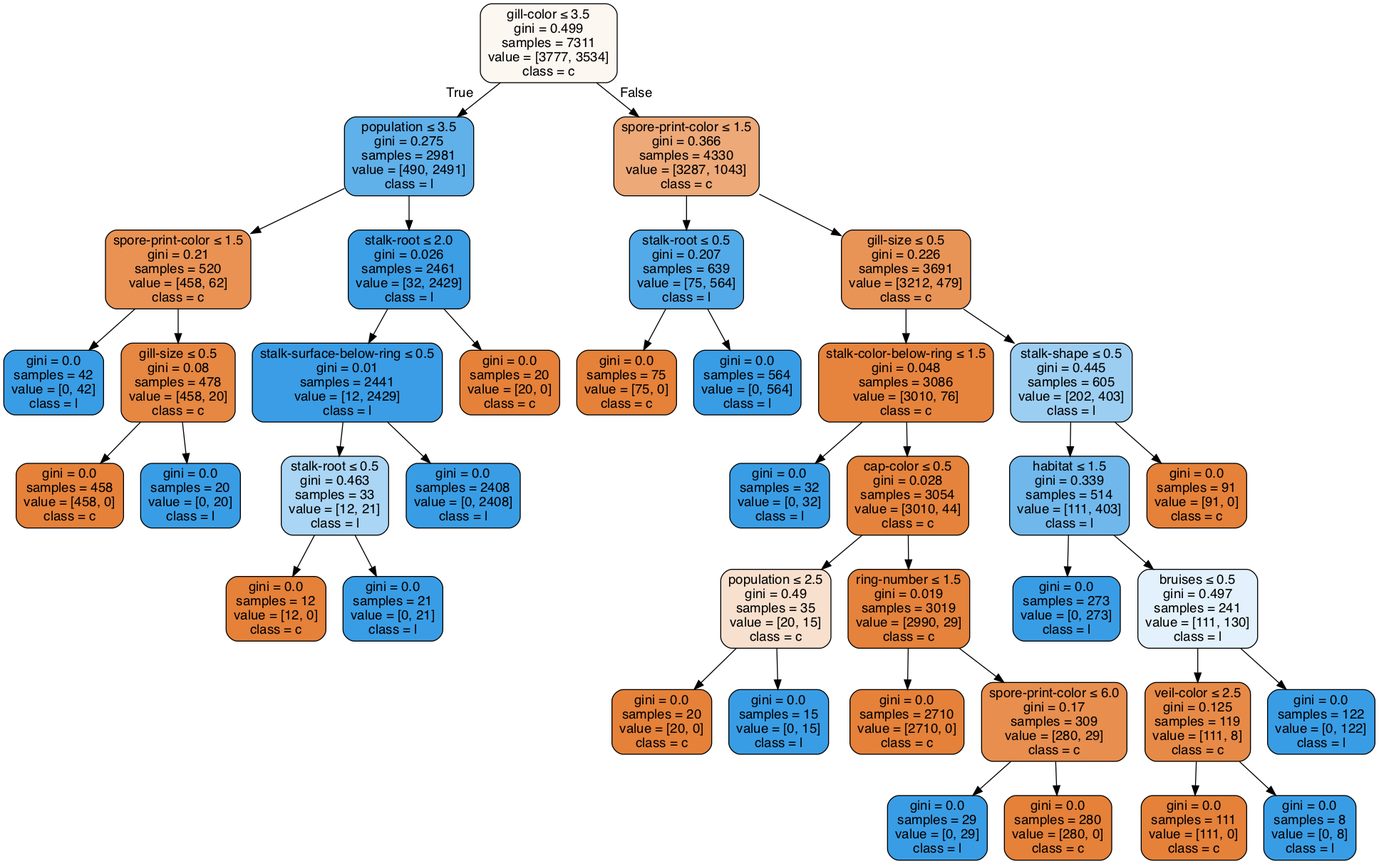
Earlier version of the Graphviz export Lab02/clf-90-10.gv.png (anhle199/Intro2AI-HCMUS). Its source is kept beside it as Lab02/clf-90-10.gv.
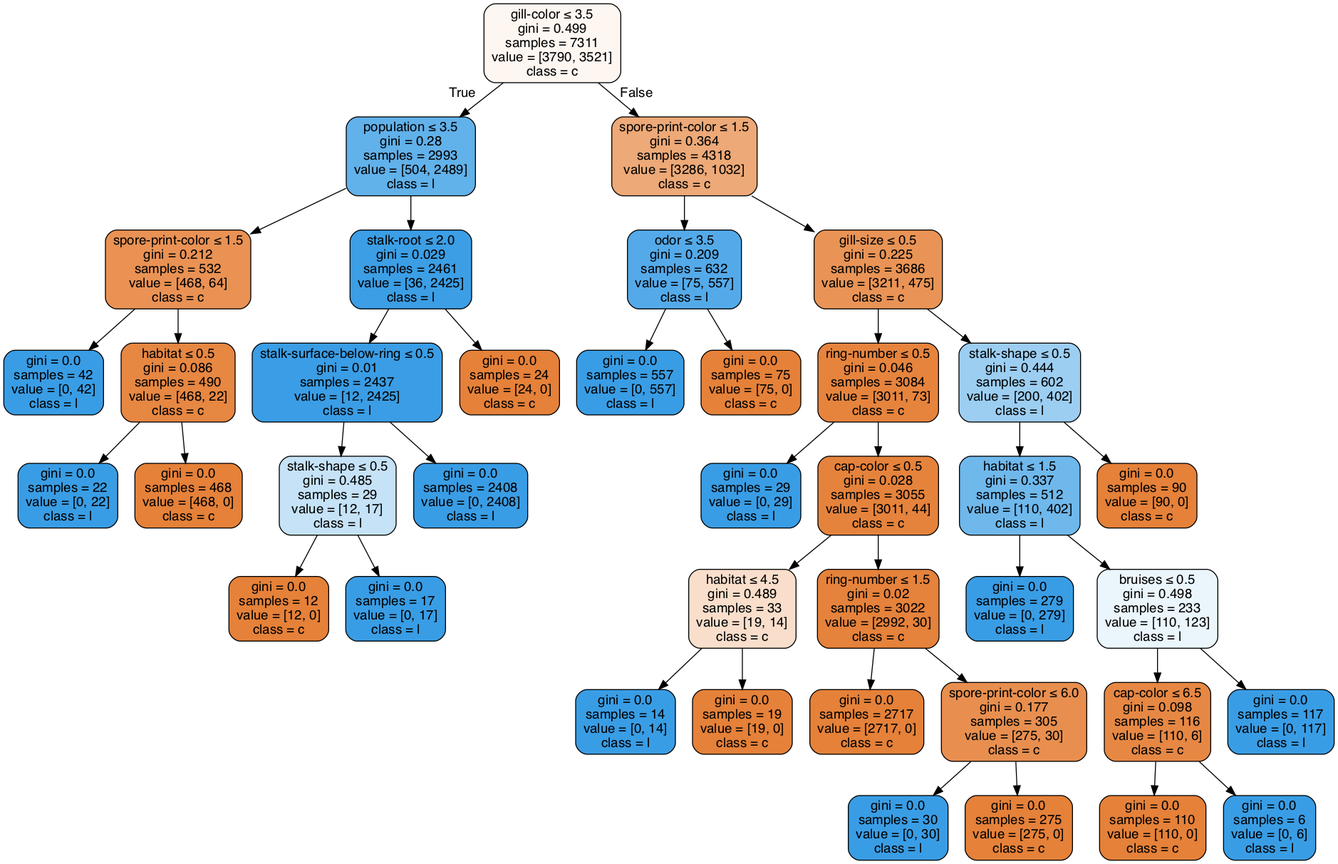
After the change.

The edit, as a diff of the source:
```diff
@@ -1,81 +1,81 @@
 digraph Tree {
 node [shape=box, style="filled, rounded", color="black", fontname=helvetica] ;
 edge [fontname=helvetica] ;
-0 [label=<gill-color &le; 3.5<br/>gini = 0.499<br/>samples = 7311<br/>value = [3777, 3534]<br/>class = c>, fillcolor="#fdf7f2"] ;
-1 [label=<population &le; 3.5<br/>gini = 0.275<br/>samples = 2981<br/>value = [490, 2491]<br/>class = l>, fillcolor="#60b0ea"] ;
+0 [label=<gill-color &le; 3.5<br/>gini = 0.499<br/>samples = 7311<br/>value = [3790, 3521]<br/>class = c>, fillcolor="#fdf6f1"] ;
+1 [label=<population &le; 3.5<br/>gini = 0.28<br/>samples = 2993<br/>value = [504, 2489]<br/>class = l>, fillcolor="#61b1ea"] ;
 0 -> 1 [labeldistance=2.5, labelangle=45, headlabel="True"] ;
-2 [label=<spore-print-color &le; 1.5<br/>gini = 0.21<br/>samples = 520<br/>value = [458, 62]<br/>class = c>, fillcolor="#e99254"] ;
+2 [label=<spore-print-color &le; 1.5<br/>gini = 0.212<br/>samples = 532<br/>value = [468, 64]<br/>class = c>, fillcolor="#e99254"] ;
 1 -> 2 ;
 3 [label=<gini = 0.0<br/>samples = 42<br/>value = [0, 42]<br/>class = l>, fillcolor="#399de5"] ;
 2 -> 3 ;
-4 [label=<gill-size &le; 0.5<br/>gini = 0.08<br/>samples = 478<br/>value = [458, 20]<br/>class = c>, fillcolor="#e68742"] ;
+4 [label=<habitat &le; 0.5<br/>gini = 0.086<br/>samples = 490<br/>value = [468, 22]<br/>class = c>, fillcolor="#e68742"] ;
 2 -> 4 ;
-5 [label=<gini = 0.0<br/>samples = 458<br/>value = [458, 0]<br/>class = c>, fillcolor="#e58139"] ;
+5 [label=<gini = 0.0<br/>samples = 22<br/>value = [0, 22]<br/>class = l>, fillcolor="#399de5"] ;
 4 -> 5 ;
-6 [label=<gini = 0.0<br/>samples = 20<br/>value = [0, 20]<br/>class = l>, fillcolor="#399de5"] ;
+6 [label=<gini = 0.0<br/>samples = 468<br/>value = [468, 0]<br/>class = c>, fillcolor="#e58139"] ;
 4 -> 6 ;
-7 [label=<stalk-root &le; 2.0<br/>gini = 0.026<br/>samples = 2461<br/>value = [32, 2429]<br/>class = l>, fillcolor="#3c9ee5"] ;
+7 [label=<stalk-root &le; 2.0<br/>gini = 0.029<br/>samples = 2461<br/>value = [36, 2425]<br/>class = l>, fillcolor="#3c9ee5"] ;
 1 -> 7 ;
-8 [label=<stalk-surface-below-ring &le; 0.5<br/>gini = 0.01<br/>samples = 2441<br/>value = [12, 2429]<br/>class = l>, fillcolor="#3a9de5"] ;
+8 [label=<stalk-surface-below-ring &le; 0.5<br/>gini = 0.01<br/>samples = 2437<br/>value = [12, 2425]<br/>class = l>, fillcolor="#3a9de5"] ;
 7 -> 8 ;
-9 [label=<stalk-root &le; 0.5<br/>gini = 0.463<br/>samples = 33<br/>value = [12, 21]<br/>class = l>, fillcolor="#aad5f4"] ;
+9 [label=<stalk-shape &le; 0.5<br/>gini = 0.485<br/>samples = 29<br/>value = [12, 17]<br/>class = l>, fillcolor="#c5e2f7"] ;
 8 -> 9 ;
 10 [label=<gini = 0.0<br/>samples = 12<br/>value = [12, 0]<br/>class = c>, fillcolor="#e58139"] ;
 9 -> 10 ;
-11 [label=<gini = 0.0<br/>samples = 21<br/>value = [0, 21]<br/>class = l>, fillcolor="#399de5"] ;
+11 [label=<gini = 0.0<br/>samples = 17<br/>value = [0, 17]<br/>class = l>, fillcolor="#399de5"] ;
 9 -> 11 ;
 12 [label=<gini = 0.0<br/>samples = 2408<br/>value = [0, 2408]<br/>class = l>, fillcolor="#399de5"] ;
 8 -> 12 ;
-13 [label=<gini = 0.0<br/>samples = 20<br/>value = [20, 0]<br/>class = c>, fillcolor="#e58139"] ;
+13 [label=<gini = 0.0<br/>samples = 24<br/>value = [24, 0]<br/>class = c>, fillcolor="#e58139"] ;
 7 -> 13 ;
-14 [label=<spore-print-color &le; 1.5<br/>gini = 0.366<br/>samples = 4330<br/>value = [3287, 1043]<br/>class = c>, fillcolor="#eda978"] ;
+14 [label=<spore-print-color &le; 1.5<br/>gini = 0.364<br/>samples = 4318<br/>value = [3286, 1032]<br/>class = c>, fillcolor="#eda977"] ;
 0 -> 14 [labeldistance=2.5, labelangle=-45, headlabel="False"] ;
-15 [label=<stalk-root &le; 0.5<br/>gini = 0.207<br/>samples = 639<br/>value = [75, 564]<br/>class = l>, fillcolor="#53aae8"] ;
+15 [label=<odor &le; 3.5<br/>gini = 0.209<br/>samples = 632<br/>value = [75, 557]<br/>class = l>, fillcolor="#54aae9"] ;
 14 -> 15 ;
-16 [label=<gini = 0.0<br/>samples = 75<br/>value = [75, 0]<br/>class = c>, fillcolor="#e58139"] ;
+16 [label=<gini = 0.0<br/>samples = 557<br/>value = [0, 557]<br/>class = l>, fillcolor="#399de5"] ;
 15 -> 16 ;
-17 [label=<gini = 0.0<br/>samples = 564<br/>value = [0, 564]<br/>class = l>, fillcolor="#399de5"] ;
+17 [label=<gini = 0.0<br/>samples = 75<br/>value = [75, 0]<br/>class = c>, fillcolor="#e58139"] ;
 15 -> 17 ;
-18 [label=<gill-size &le; 0.5<br/>gini = 0.226<br/>samples = 3691<br/>value = [3212, 479]<br/>class = c>, fillcolor="#e99457"] ;
+18 [label=<gill-size &le; 0.5<br/>gini = 0.225<br/>samples = 3686<br/>value = [3211, 475]<br/>class = c>, fillcolor="#e99456"] ;
 14 -> 18 ;
-19 [label=<stalk-color-below-ring &le; 1.5<br/>gini = 0.048<br/>samples = 3086<br/>value = [3010, 76]<br/>class = c>, fillcolor="#e6843e"] ;
+19 [label=<ring-number &le; 0.5<br/>gini = 0.046<br/>samples = 3084<br/>value = [3011, 73]<br/>class = c>, fillcolor="#e6843e"] ;
 18 -> 19 ;
-20 [label=<gini = 0.0<br/>samples = 32<br/>value = [0, 32]<br/>class = l>, fillcolor="#399de5"] ;
+20 [label=<gini = 0.0<br/>samples = 29<br/>value = [0, 29]<br/>class = l>, fillcolor="#399de5"] ;
 19 -> 20 ;
-21 [label=<cap-color &le; 0.5<br/>gini = 0.028<br/>samples = 3054<br/>value = [3010, 44]<br/>class = c>, fillcolor="#e5833c"] ;
+21 [label=<cap-color &le; 0.5<br/>gini = 0.028<br/>samples = 3055<br/>value = [3011, 44]<br/>class = c>, fillcolor="#e5833c"] ;
 19 -> 21 ;
-22 [label=<population &le; 2.5<br/>gini = 0.49<br/>samples = 35<br/>value = [20, 15]<br/>class = c>, fillcolor="#f8e0ce"] ;
+22 [label=<habitat &le; 4.5<br/>gini = 0.489<br/>samples = 33<br/>value = [19, 14]<br/>class = c>, fillcolor="#f8decb"] ;
 21 -> 22 ;
-23 [label=<gini = 0.0<br/>samples = 20<br/>value = [20, 0]<br/>class = c>, fillcolor="#e58139"] ;
+23 [label=<gini = 0.0<br/>samples = 14<br/>value = [0, 14]<br/>class = l>, fillcolor="#399de5"] ;
 22 -> 23 ;
-24 [label=<gini = 0.0<br/>samples = 15<br/>value = [0, 15]<br/>class = l>, fillcolor="#399de5"] ;
+24 [label=<gini = 0.0<br/>samples = 19<br/>value = [19, 0]<br/>class = c>, fillcolor="#e58139"] ;
 22 -> 24 ;
-25 [label=<ring-number &le; 1.5<br/>gini = 0.019<br/>samples = 3019<br/>value = [2990, 29]<br/>class = c>, fillcolor="#e5823b"] ;
+25 [label=<ring-number &le; 1.5<br/>gini = 0.02<br/>samples = 3022<br/>value = [2992, 30]<br/>class = c>, fillcolor="#e5823b"] ;
 21 -> 25 ;
-26 [label=<gini = 0.0<br/>samples = 2710<br/>value = [2710, 0]<br/>class = c>, fillcolor="#e58139"] ;
+26 [label=<gini = 0.0<br/>samples = 2717<br/>value = [2717, 0]<br/>class = c>, fillcolor="#e58139"] ;
 25 -> 26 ;
-27 [label=<spore-print-color &le; 6.0<br/>gini = 0.17<br/>samples = 309<br/>value = [280, 29]<br/>class = c>, fillcolor="#e88e4e"] ;
+27 [label=<spore-print-color &le; 6.0<br/>gini = 0.177<br/>samples = 305<br/>value = [275, 30]<br/>class = c>, fillcolor="#e88f4f"] ;
 25 -> 27 ;
-28 [label=<gini = 0.0<br/>samples = 29<br/>value = [0, 29]<br/>class = l>, fillcolor="#399de5"] ;
+28 [label=<gini = 0.0<br/>samples = 30<br/>value = [0, 30]<br/>class = l>, fillcolor="#399de5"] ;
 27 -> 28 ;
-29 [label=<gini = 0.0<br/>samples = 280<br/>value = [280, 0]<br/>class = c>, fillcolor="#e58139"] ;
+29 [label=<gini = 0.0<br/>samples = 275<br/>value = [275, 0]<br/>class = c>, fillcolor="#e58139"] ;
 27 -> 29 ;
-30 [label=<stalk-shape &le; 0.5<br/>gini = 0.445<br/>samples = 605<br/>value = [202, 403]<br/>class = l>, fillcolor="#9ccef2"] ;
+30 [label=<stalk-shape &le; 0.5<br/>gini = 0.444<br/>samples = 602<br/>value = [200, 402]<br/>class = l>, fillcolor="#9ccef2"] ;
 18 -> 30 ;
-31 [label=<habitat &le; 1.5<br/>gini = 0.339<br/>samples = 514<br/>value = [111, 403]<br/>class = l>, fillcolor="#70b8ec"] ;
+31 [label=<habitat &le; 1.5<br/>gini = 0.337<br/>samples = 512<br/>value = [110, 402]<br/>class = l>, fillcolor="#6fb8ec"] ;
 30 -> 31 ;
-32 [label=<gini = 0.0<br/>samples = 273<br/>value = [0, 273]<br/>class = l>, fillcolor="#399de5"] ;
+32 [label=<gini = 0.0<br/>samples = 279<br/>value = [0, 279]<br/>class = l>, fillcolor="#399de5"] ;
 31 -> 32 ;
-33 [label=<bruises &le; 0.5<br/>gini = 0.497<br/>samples = 241<br/>value = [111, 130]<br/>class = l>, fillcolor="#e2f1fb"] ;
+33 [label=<bruises &le; 0.5<br/>gini = 0.498<br/>samples = 233<br/>value = [110, 123]<br/>class = l>, fillcolor="#eaf5fc"] ;
 31 -> 33 ;
-34 [label=<veil-color &le; 2.5<br/>gini = 0.125<br/>samples = 119<br/>value = [111, 8]<br/>class = c>, fillcolor="#e78a47"] ;
+34 [label=<cap-color &le; 6.5<br/>gini = 0.098<br/>samples = 116<br/>value = [110, 6]<br/>class = c>, fillcolor="#e68844"] ;
 33 -> 34 ;
-35 [label=<gini = 0.0<br/>samples = 111<br/>value = [111, 0]<br/>class = c>, fillcolor="#e58139"] ;
+35 [label=<gini = 0.0<br/>samples = 110<br/>value = [110, 0]<br/>class = c>, fillcolor="#e58139"] ;
 34 -> 35 ;
-36 [label=<gini = 0.0<br/>samples = 8<br/>value = [0, 8]<br/>class = l>, fillcolor="#399de5"] ;
+36 [label=<gini = 0.0<br/>samples = 6<br/>value = [0, 6]<br/>class = l>, fillcolor="#399de5"] ;
 34 -> 36 ;
-37 [label=<gini = 0.0<br/>samples = 122<br/>value = [0, 122]<br/>class = l>, fillcolor="#399de5"] ;
+37 [label=<gini = 0.0<br/>samples = 117<br/>value = [0, 117]<br/>class = l>, fillcolor="#399de5"] ;
 33 -> 37 ;
-38 [label=<gini = 0.0<br/>samples = 91<br/>value = [91, 0]<br/>class = c>, fillcolor="#e58139"] ;
+38 [label=<gini = 0.0<br/>samples = 90<br/>value = [90, 0]<br/>class = c>, fillcolor="#e58139"] ;
 30 -> 38 ;
 }
```
